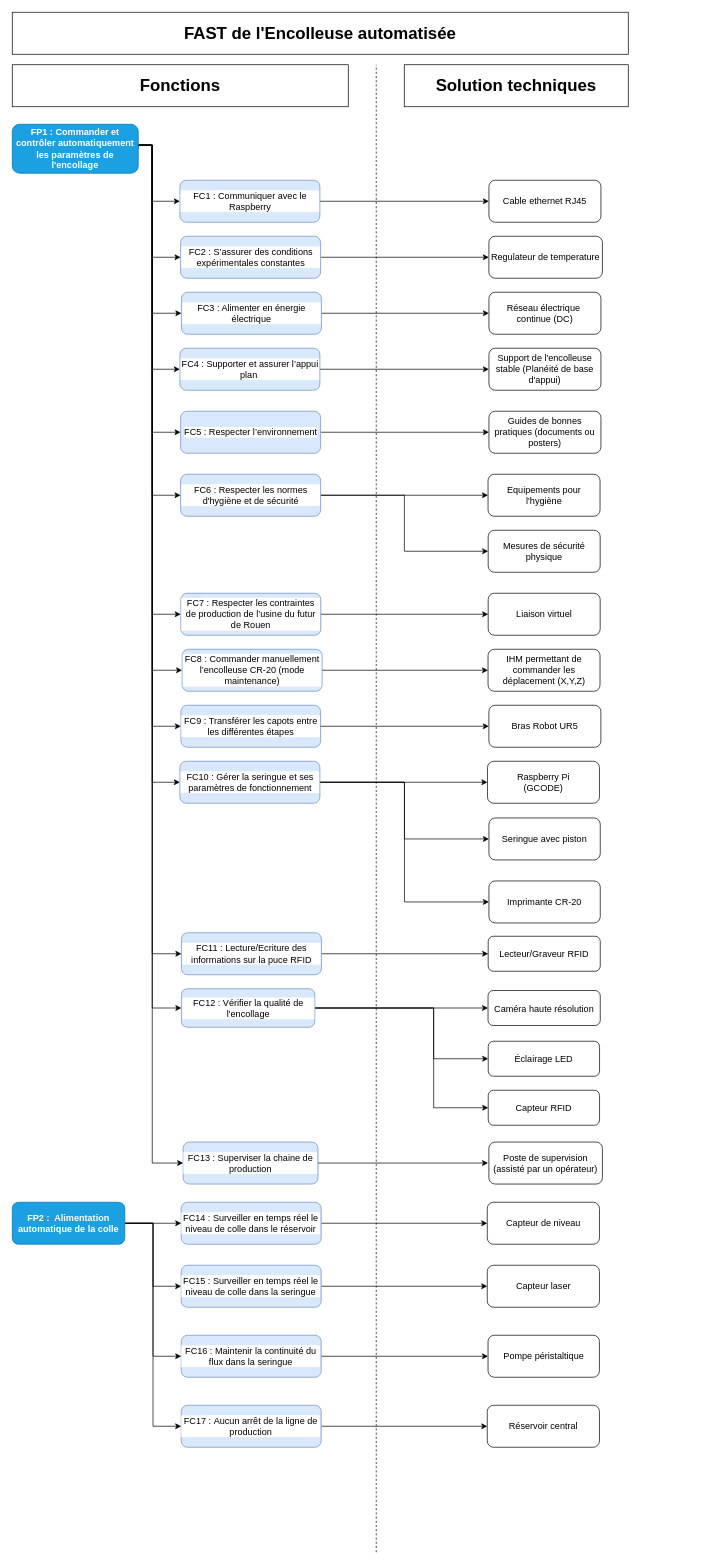
CharifMah/Systemes_automatises keeps this draw.io diagram as FAST DIAGRAM/Diagramme_FAST.drawio. Above is the earlier version. Source tidied: cells renumbered, new cells numbered last; positions are measured from the earlier drawing's top-left corner, leaving out a move shared by most shapes. Both pictures are drawn from the tidied source at 70%, with x=0, y=0 at pixel (12, 12).
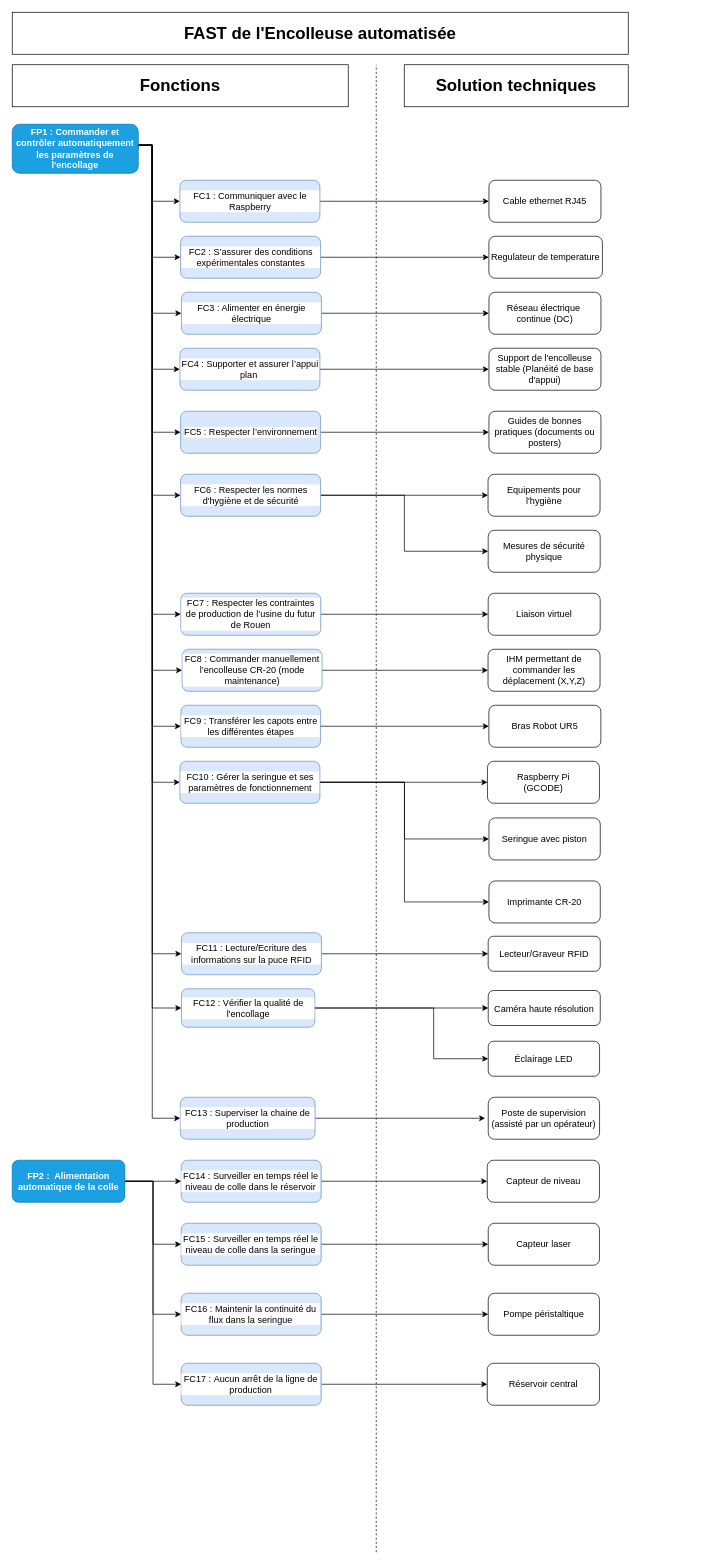
The same diagram, later.

Commit message:
Mettre à jour Diagramme_FAST.drawio

Unchanged cells that the change refers to:
```xml
<mxCell id="21" value="&lt;span&gt;&lt;font style=&quot;color: light-dark(rgb(255, 255, 255), rgb(0, 0, 0));&quot;&gt;FP1 : Commander et contrôler automatiquement les paramètres de l'encollage&lt;/font&gt;&lt;/span&gt;" style="rounded=1;whiteSpace=wrap;html=1;fillColor=#1ba1e2;fontColor=#ffffff;strokeColor=#006EAF;fontFamily=Helvetica;fontSize=13;fontStyle=1;" parent="1" vertex="1">
  <mxGeometry y="160" width="180" height="70" as="geometry" />
</mxCell>
<mxCell id="34" value="&lt;span&gt;FC12 : Vérifier la qualité de l'encollage&lt;/span&gt;" style="rounded=1;whiteSpace=wrap;html=1;labelBackgroundColor=default;labelBorderColor=none;textShadow=0;fillColor=#dae8fc;strokeColor=#6c8ebf;fontFamily=Helvetica;fontSize=13;fontStyle=0;" parent="1" vertex="1">
  <mxGeometry x="241.7" y="1395" width="190.5" height="55" as="geometry" />
</mxCell>
```

What changed in the source:
```diff
@@
     <mxCell id="20" style="edgeStyle=orthogonalEdgeStyle;rounded=0;jettySize=auto;html=1;entryX=0;entryY=0.5;entryDx=0;entryDy=0;" parent="1" edge="1" source="21" target="82">
       <mxGeometry relative="1" as="geometry">
         <Array as="points">
           <mxPoint x="200" y="190" />
-          <mxPoint x="200" y="1644" />
+          <mxPoint x="200" y="1580" />
         </Array>
       </mxGeometry>
     </mxCell>
@@
     <mxCell id="26" value="Capteur de niveau" style="rounded=1;whiteSpace=wrap;html=1;fontFamily=Helvetica;fontSize=13;" parent="1" vertex="1">
-      <mxGeometry x="678.6" y="1700" width="160.3" height="60" as="geometry" />
+      <mxGeometry x="678.6" y="1640" width="160.3" height="60" as="geometry" />
     </mxCell>
@@
     <mxCell id="29" value="Réservoir central" style="rounded=1;whiteSpace=wrap;html=1;fontFamily=Helvetica;fontSize=13;" parent="1" vertex="1">
-      <mxGeometry x="678.6" y="1990" width="160.3" height="60" as="geometry" />
+      <mxGeometry x="678.6" y="1930" width="160.3" height="60" as="geometry" />
     </mxCell>
     <mxCell id="30" value="Pompe péristaltique" style="rounded=1;whiteSpace=wrap;html=1;fontFamily=Helvetica;fontSize=13;" parent="1" vertex="1">
-      <mxGeometry x="679.7" y="1890" width="159.1" height="60" as="geometry" />
+      <mxGeometry x="680" y="1830" width="158.9" height="60" as="geometry" />
     </mxCell>
@@
-    <mxCell id="33" style="edgeStyle=orthogonalEdgeStyle;rounded=0;jettySize=auto;html=1;entryX=0;entryY=0.5;entryDx=0;entryDy=0;fontSize=13;fontStyle=0;" parent="1" edge="1" source="34" target="65">
-      <mxGeometry relative="1" as="geometry">
-        <Array as="points">
-          <mxPoint x="602" y="1423" />
-          <mxPoint x="602" y="1565" />
-        </Array>
-      </mxGeometry>
-    </mxCell>
@@
     <mxCell id="35" value="Caméra haute résolution" style="rounded=1;whiteSpace=wrap;html=1;fontFamily=Helvetica;fontSize=13;fontStyle=0;" parent="1" vertex="1">
-      <mxGeometry x="679.7" y="1397.5" width="160.3" height="50" as="geometry" />
+      <mxGeometry x="680" y="1397.5" width="160" height="50" as="geometry" />
     </mxCell>
@@
     <mxCell id="41" value="&lt;span&gt;&lt;font style=&quot;color: rgb(255, 255, 255);&quot;&gt;FP2 :&amp;nbsp; Alimentation automatique de la colle&lt;/font&gt;&lt;/span&gt;" style="rounded=1;whiteSpace=wrap;html=1;fillColor=#1ba1e2;fontColor=#ffffff;strokeColor=#006EAF;fontFamily=Helvetica;fontSize=13;fontStyle=1;" parent="1" vertex="1">
-      <mxGeometry y="1700" width="160.8" height="60" as="geometry" />
+      <mxGeometry y="1640" width="160.8" height="60" as="geometry" />
     </mxCell>
@@
     <mxCell id="63" value="&lt;div&gt;&lt;font&gt;FC17&lt;/font&gt;&lt;span style=&quot;color: light-dark(rgb(0, 0, 0), rgb(255, 255, 255)); background-color: light-dark(#ffffff, var(--ge-dark-color, #121212));&quot;&gt;&amp;nbsp;:&amp;nbsp;&lt;/span&gt;&lt;span style=&quot;color: light-dark(rgb(0, 0, 0), rgb(255, 255, 255)); background-color: light-dark(#ffffff, var(--ge-dark-color, #121212));&quot;&gt;Aucun arrêt de la ligne de production&lt;/span&gt;&lt;/div&gt;" style="rounded=1;whiteSpace=wrap;html=1;labelBackgroundColor=default;labelBorderColor=none;textShadow=0;fillColor=#dae8fc;strokeColor=#6c8ebf;fontFamily=Helvetica;fontSize=13;" parent="1" vertex="1">
-      <mxGeometry x="241.4" y="1990" width="200" height="60" as="geometry" />
+      <mxGeometry x="241.4" y="1930" width="200" height="60" as="geometry" />
     </mxCell>
@@
-    <mxCell id="65" value="Capteur RFID" style="rounded=1;whiteSpace=wrap;html=1;fontFamily=Helvetica;fontSize=13;fontStyle=0;" parent="1" vertex="1">
-      <mxGeometry x="680" y="1540" width="159" height="50" as="geometry" />
-    </mxCell>
@@
     <mxCell id="71" value="&lt;div&gt;&lt;font&gt;FC14&lt;/font&gt;&lt;span style=&quot;color: light-dark(rgb(0, 0, 0), rgb(255, 255, 255)); background-color: light-dark(#ffffff, var(--ge-dark-color, #121212));&quot;&gt;&amp;nbsp;:&amp;nbsp;&lt;/span&gt;&lt;span style=&quot;color: light-dark(rgb(0, 0, 0), rgb(255, 255, 255)); background-color: light-dark(#ffffff, var(--ge-dark-color, #121212));&quot;&gt;Surveiller en temps réel le niveau de colle dans le réservoir&lt;/span&gt;&lt;/div&gt;" style="rounded=1;whiteSpace=wrap;html=1;labelBackgroundColor=default;labelBorderColor=none;textShadow=0;fillColor=#dae8fc;strokeColor=#6c8ebf;fontFamily=Helvetica;fontSize=13;" parent="1" vertex="1">
-      <mxGeometry x="241.4" y="1700" width="200" height="60" as="geometry" />
+      <mxGeometry x="241.4" y="1640" width="200" height="60" as="geometry" />
     </mxCell>
     <mxCell id="72" value="Capteur laser" style="rounded=1;whiteSpace=wrap;html=1;fontFamily=Helvetica;fontSize=13;" parent="1" vertex="1">
-      <mxGeometry x="678.6" y="1790" width="160.3" height="60" as="geometry" />
+      <mxGeometry x="680" y="1730" width="158.9" height="60" as="geometry" />
     </mxCell>
@@
     <mxCell id="74" value="&lt;div&gt;&lt;font&gt;FC15&lt;/font&gt;&lt;span style=&quot;color: light-dark(rgb(0, 0, 0), rgb(255, 255, 255)); background-color: light-dark(#ffffff, var(--ge-dark-color, #121212));&quot;&gt;&amp;nbsp;:&amp;nbsp;&lt;/span&gt;&lt;span style=&quot;color: light-dark(rgb(0, 0, 0), rgb(255, 255, 255)); background-color: light-dark(#ffffff, var(--ge-dark-color, #121212));&quot;&gt;Surveiller en temps réel le niveau de colle dans la seringue&lt;/span&gt;&lt;/div&gt;" style="rounded=1;whiteSpace=wrap;html=1;labelBackgroundColor=default;labelBorderColor=none;textShadow=0;fillColor=#dae8fc;strokeColor=#6c8ebf;fontFamily=Helvetica;fontSize=13;" parent="1" vertex="1">
-      <mxGeometry x="241.4" y="1790" width="200" height="60" as="geometry" />
+      <mxGeometry x="241.4" y="1730" width="200" height="60" as="geometry" />
     </mxCell>
@@
     <mxCell id="76" value="&lt;div&gt;&lt;font&gt;FC16&lt;/font&gt;&lt;span style=&quot;color: light-dark(rgb(0, 0, 0), rgb(255, 255, 255)); background-color: light-dark(#ffffff, var(--ge-dark-color, #121212));&quot;&gt;&amp;nbsp;: Maintenir la continuité du flux dans la seringue&lt;/span&gt;&lt;/div&gt;" style="rounded=1;whiteSpace=wrap;html=1;labelBackgroundColor=default;labelBorderColor=none;textShadow=0;fillColor=#dae8fc;strokeColor=#6c8ebf;fontFamily=Helvetica;fontSize=13;" parent="1" vertex="1">
-      <mxGeometry x="241.4" y="1890" width="200" height="60" as="geometry" />
+      <mxGeometry x="241.4" y="1830" width="200" height="60" as="geometry" />
     </mxCell>
@@
     <mxCell id="81" style="edgeStyle=orthogonalEdgeStyle;rounded=0;jettySize=auto;html=1;" parent="1" edge="1" source="82">
       <mxGeometry relative="1" as="geometry">
-        <mxPoint x="679.7" y="1644" as="targetPoint" />
+        <mxPoint x="675.6" y="1580" as="targetPoint" />
       </mxGeometry>
     </mxCell>
     <mxCell id="82" value="&lt;div&gt;&lt;font&gt;FC13&lt;/font&gt;&lt;span style=&quot;color: light-dark(rgb(0, 0, 0), rgb(255, 255, 255)); background-color: light-dark(#ffffff, var(--ge-dark-color, #121212));&quot;&gt;&amp;nbsp;:&amp;nbsp;&lt;/span&gt;&lt;span style=&quot;color: light-dark(rgb(0, 0, 0), rgb(255, 255, 255)); background-color: light-dark(#ffffff, var(--ge-dark-color, #121212));&quot;&gt;Superviser la chaine de production&lt;/span&gt;&lt;/div&gt;" style="rounded=1;whiteSpace=wrap;html=1;labelBackgroundColor=default;labelBorderColor=none;textShadow=0;fillColor=#dae8fc;strokeColor=#6c8ebf;fontFamily=Helvetica;fontSize=13;" parent="1" vertex="1">
-      <mxGeometry x="244.2" y="1614" width="192.6" height="60" as="geometry" />
+      <mxGeometry x="240.1" y="1550" width="192.6" height="60" as="geometry" />
     </mxCell>
     <mxCell id="83" value="Poste de supervision (assisté par un opérateur)" style="rounded=1;whiteSpace=wrap;html=1;fontFamily=Helvetica;fontSize=13;fontStyle=0;" parent="1" vertex="1">
-      <mxGeometry x="680.9" y="1614" width="162.2" height="60" as="geometry" />
+      <mxGeometry x="680" y="1550" width="159" height="60" as="geometry" />
     </mxCell>
```
